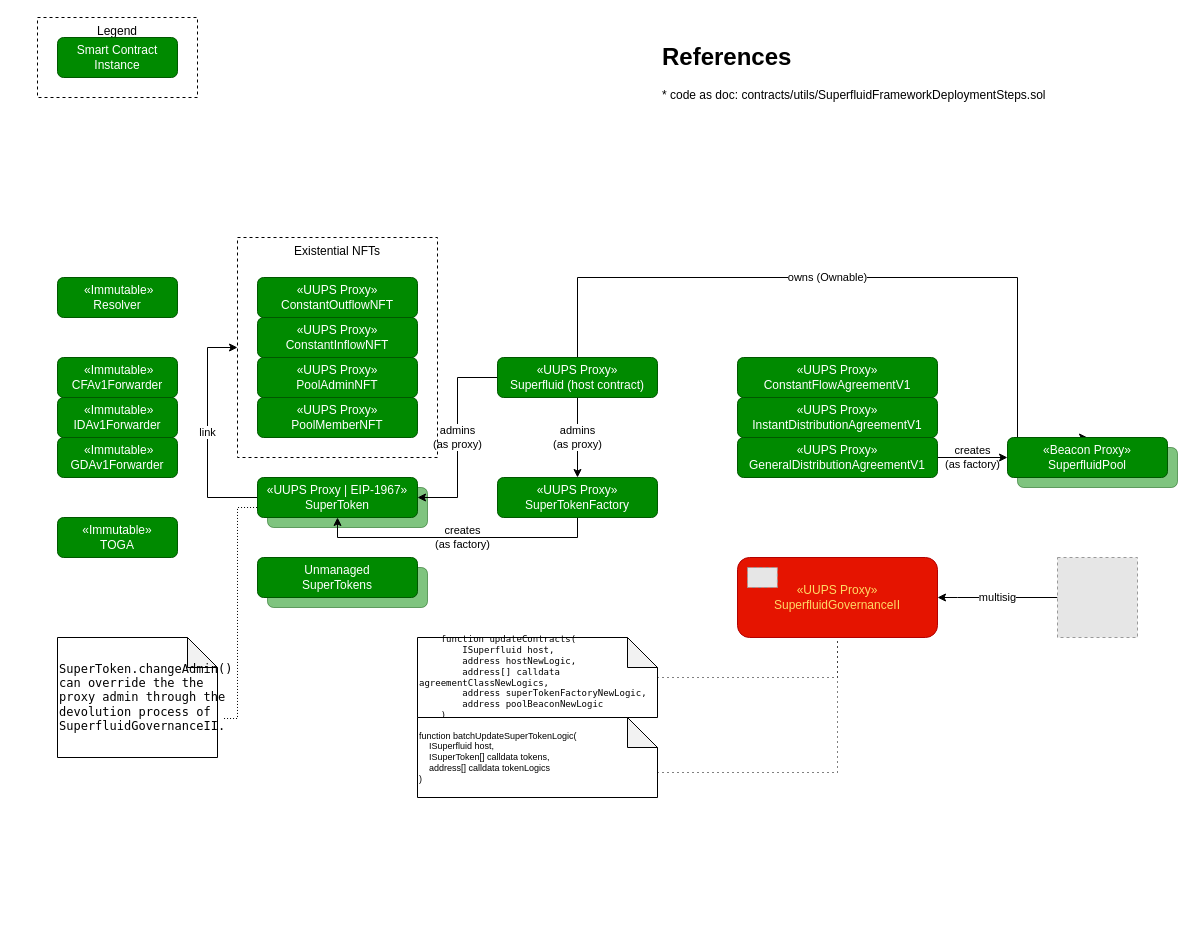
This is packages/ethereum-contracts/docs/deployment-view.drawio from superfluid-finance/protocol-monorepo, a draw.io file, before an edit. Source tidied: cells renumbered, new cells numbered last; positions are measured from the earlier drawing's top-left corner, leaving out a move shared by most shapes. Both pictures are drawn from the tidied source at 100%, with x=0, y=0 at pixel (37, 17). Pictures stored in the file or linked from it are replaced by grey dashed boxes.
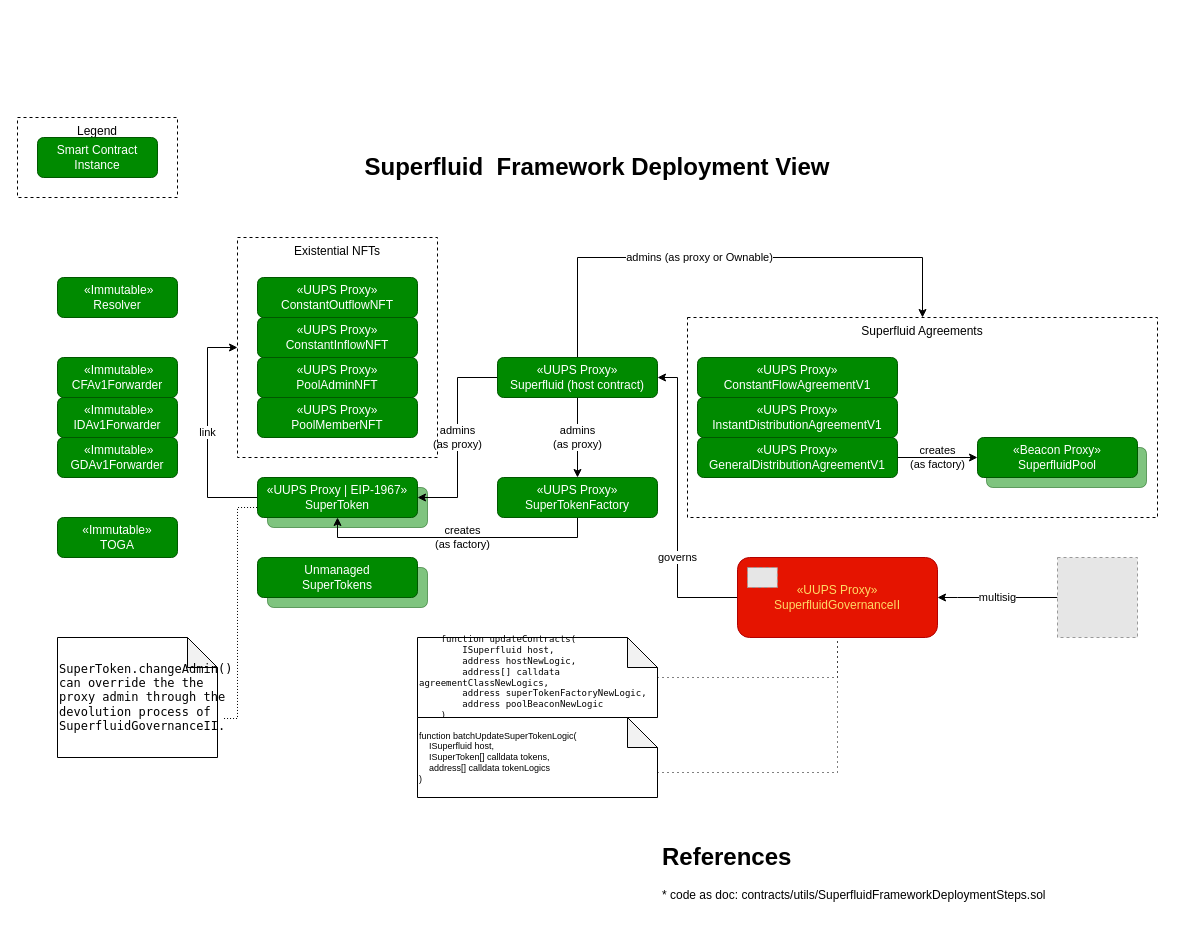
The same diagram, later.

Commit message:
[ETHEREUM-CONTRACTS] docs: update deployment-view.drawio

Unchanged cells that the change refers to:
```xml
<mxCell id="12" value="«UUPS Proxy»&lt;br&gt;Superfluid (host contract)" style="rounded=1;whiteSpace=wrap;html=1;fillColor=#008a00;fontColor=#ffffff;strokeColor=#005700;" parent="1" vertex="1">
  <mxGeometry x="460" y="340" width="160" height="40" as="geometry" />
</mxCell>
<mxCell id="13" value="«UUPS Proxy»&lt;br&gt;SuperfluidGovernanceII" style="rounded=1;whiteSpace=wrap;html=1;fillColor=#e51400;fontColor=#FFD966;strokeColor=#B20000;" parent="1" vertex="1">
  <mxGeometry x="700" y="540" width="200" height="80" as="geometry" />
</mxCell>
```

The edit, as a diff of the source:
```diff
@@
     <mxCell id="4" value="&lt;br&gt;" style="rounded=1;whiteSpace=wrap;html=1;fillColor=#008a00;fontColor=#ffffff;strokeColor=#005700;gradientColor=none;shadow=0;opacity=50;" parent="1" vertex="1">
-      <mxGeometry x="980" y="430" width="160" height="40" as="geometry" />
+      <mxGeometry x="949" y="430" width="160" height="40" as="geometry" />
     </mxCell>
     <mxCell id="5" value="Legend" style="rounded=0;whiteSpace=wrap;html=1;dashed=1;fillColor=none;verticalAlign=top;" parent="1" vertex="1">
-      <mxGeometry width="160" height="80" as="geometry" />
+      <mxGeometry x="-20" y="100" width="160" height="80" as="geometry" />
     </mxCell>
     <mxCell id="6" value="Smart Contract&lt;br&gt;Instance" style="rounded=1;whiteSpace=wrap;html=1;fillColor=#008a00;fontColor=#ffffff;strokeColor=#005700;" parent="1" vertex="1">
-      <mxGeometry x="20" y="20" width="120" height="40" as="geometry" />
+      <mxGeometry y="120" width="120" height="40" as="geometry" />
     </mxCell>
     <mxCell id="7" value="«UUPS Proxy»&lt;br&gt;ConstantFlowAgreementV1" style="rounded=1;whiteSpace=wrap;html=1;fillColor=#008a00;fontColor=#ffffff;strokeColor=#005700;" parent="1" vertex="1">
-      <mxGeometry x="700" y="340" width="200" height="40" as="geometry" />
+      <mxGeometry x="660" y="340" width="200" height="40" as="geometry" />
     </mxCell>
     <mxCell id="8" value="«UUPS Proxy»&lt;br&gt;InstantDistributionAgreementV1" style="rounded=1;whiteSpace=wrap;html=1;fillColor=#008a00;fontColor=#ffffff;strokeColor=#005700;" parent="1" vertex="1">
-      <mxGeometry x="700" y="380" width="200" height="40" as="geometry" />
+      <mxGeometry x="660" y="380" width="200" height="40" as="geometry" />
     </mxCell>
-    <mxCell id="9" value="owns (Ownable)" style="edgeStyle=orthogonalEdgeStyle;rounded=0;jettySize=auto;html=1;entryX=0.5;entryY=0;entryDx=0;entryDy=0;exitX=0.5;exitY=0;exitDx=0;exitDy=0;" parent="1" edge="1" source="12" target="16">
+    <mxCell id="9" value="admins (as proxy or Ownable)" style="edgeStyle=orthogonalEdgeStyle;rounded=0;jettySize=auto;html=1;entryX=0.5;entryY=0;entryDx=0;entryDy=0;exitX=0.5;exitY=0;exitDx=0;exitDy=0;" parent="1" edge="1" source="12" target="44">
       <mxGeometry x="-0.12" relative="1" as="geometry">
         <Array as="points">
-          <mxPoint x="540" y="260" />
-          <mxPoint x="980" y="260" />
+          <mxPoint x="540" y="240" />
+          <mxPoint x="885" y="240" />
         </Array>
       </mxGeometry>
     </mxCell>
@@
+    <mxCell id="42" value="governs" style="edgeStyle=orthogonalEdgeStyle;rounded=0;jettySize=auto;html=1;entryX=1;entryY=0.5;entryDx=0;entryDy=0;" parent="1" edge="1" source="13" target="12">
+      <mxGeometry x="-0.33" relative="1" as="geometry">
+        <Array as="points">
+          <mxPoint x="640" y="580" />
+          <mxPoint x="640" y="360" />
+        </Array>
+      </mxGeometry>
+    </mxCell>
@@
     <mxCell id="15" value="«UUPS Proxy»&lt;br&gt;GeneralDistributionAgreementV1" style="rounded=1;whiteSpace=wrap;html=1;fillColor=#008a00;fontColor=#ffffff;strokeColor=#005700;" parent="1" vertex="1">
-      <mxGeometry x="700" y="420" width="200" height="40" as="geometry" />
+      <mxGeometry x="660" y="420" width="200" height="40" as="geometry" />
     </mxCell>
     <mxCell id="16" value="«Beacon Proxy»&lt;br&gt;SuperfluidPool" style="rounded=1;whiteSpace=wrap;html=1;fillColor=#008a00;fontColor=#ffffff;strokeColor=#005700;gradientColor=none;shadow=0;" parent="1" vertex="1">
-      <mxGeometry x="970" y="420" width="160" height="40" as="geometry" />
+      <mxGeometry x="940" y="420" width="160" height="40" as="geometry" />
     </mxCell>
@@
     <mxCell id="41" value="&lt;h1&gt;References&amp;nbsp;&lt;/h1&gt;* code as doc: contracts/utils/SuperfluidFrameworkDeploymentSteps.sol" style="text;html=1;strokeColor=none;fillColor=none;spacing=5;spacingTop=-20;whiteSpace=wrap;overflow=hidden;rounded=0;" parent="1" vertex="1">
-      <mxGeometry x="620" y="20" width="520" height="120" as="geometry" />
+      <mxGeometry x="620" y="820" width="520" height="80" as="geometry" />
     </mxCell>
+    <mxCell id="43" value="&lt;h1&gt;Superfluid&amp;nbsp; Framework Deployment View&lt;/h1&gt;" style="text;html=1;strokeColor=none;fillColor=none;spacing=5;spacingTop=-20;whiteSpace=wrap;overflow=hidden;rounded=0;align=center;" parent="1" vertex="1">
+      <mxGeometry x="300" y="130" width="520" height="40" as="geometry" />
+    </mxCell>
+    <mxCell id="44" value="Superfluid Agreements" style="rounded=0;whiteSpace=wrap;html=1;dashed=1;fillColor=none;verticalAlign=top;" parent="1" vertex="1">
+      <mxGeometry x="650" y="300" width="470" height="200" as="geometry" />
+    </mxCell>
```
